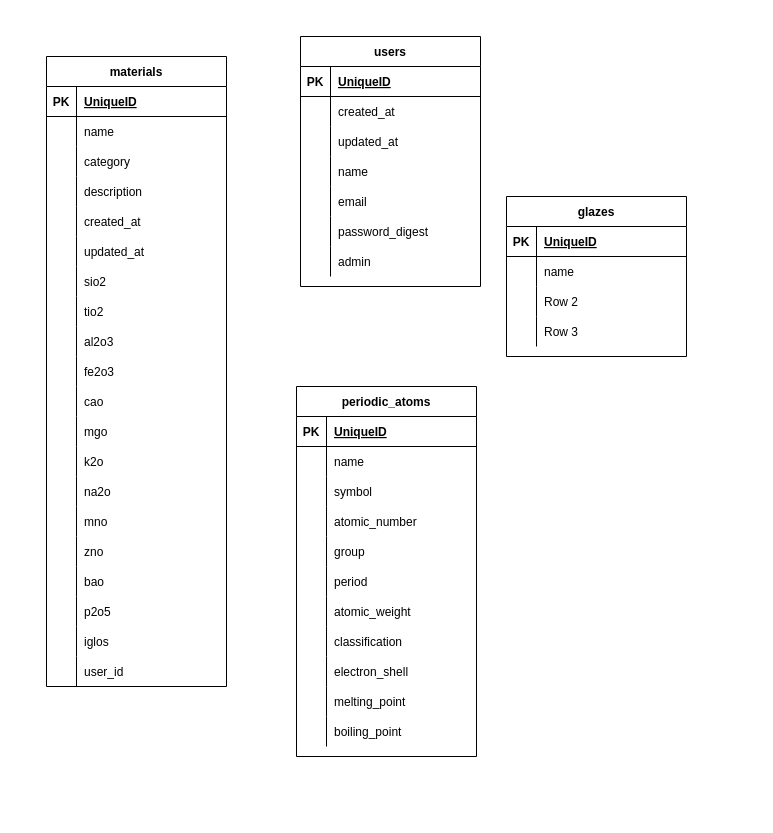
Before: public/ER図.dio in TTinoueTT/glaze_fav, a draw.io diagram. Source tidied: cells renumbered, new cells numbered last; positions are measured from the earlier drawing's top-left corner, leaving out a move shared by most shapes. Both pictures are drawn from the tidied source at 100%, with x=0, y=0 at pixel (46, 36).
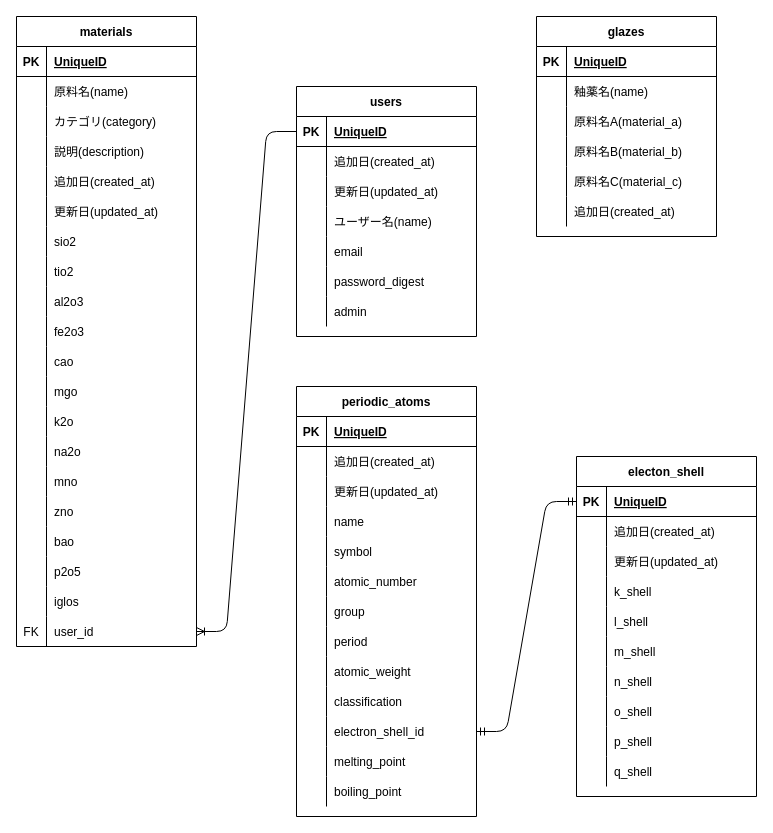
After the change.

Commit message:
add: 関係図を紐付け

Unchanged cells that the change refers to:
```xml
<mxCell id="6" style="shape=partialRectangle;fillColor=none;top=0;left=0;bottom=0;right=0;" parent="2" vertex="1">
  <mxGeometry y="60" width="180" height="30" as="geometry" />
</mxCell>
<mxCell id="9" style="shape=partialRectangle;fillColor=none;top=0;left=0;bottom=0;right=0;" parent="2" vertex="1">
  <mxGeometry y="90" width="180" height="30" as="geometry" />
</mxCell>
<mxCell id="12" style="shape=partialRectangle;fillColor=none;top=0;left=0;bottom=0;right=0;" parent="2" vertex="1">
  <mxGeometry y="120" width="180" height="30" as="geometry" />
</mxCell>
<mxCell id="15" style="shape=partialRectangle;fillColor=none;top=0;left=0;bottom=0;right=0;" parent="2" vertex="1">
  <mxGeometry y="150" width="180" height="30" as="geometry" />
</mxCell>
<mxCell id="18" style="shape=partialRectangle;fillColor=none;top=0;left=0;bottom=0;right=0;" parent="2" vertex="1">
  <mxGeometry y="180" width="180" height="30" as="geometry" />
</mxCell>
<mxCell id="60" style="shape=partialRectangle;fillColor=none;top=0;left=0;bottom=0;right=0;points=[[0,0.5],[1,0.5]];portConstraint=eastwest;" parent="2" vertex="1">
  <mxGeometry y="600" width="180" height="30" as="geometry" />
</mxCell>
<mxCell id="64" style="shape=partialRectangle;fillColor=none;top=0;left=0;bottom=1;right=0;points=[[0,0.5],[1,0.5]];portConstraint=eastwest;" parent="63" vertex="1">
  <mxGeometry y="30" width="180" height="30" as="geometry" />
</mxCell>
<mxCell id="67" style="shape=partialRectangle;fillColor=none;top=0;left=0;bottom=0;right=0;" parent="63" vertex="1">
  <mxGeometry y="60" width="180" height="30" as="geometry" />
</mxCell>
<mxCell id="70" style="shape=partialRectangle;fillColor=none;top=0;left=0;bottom=0;right=0;" parent="63" vertex="1">
  <mxGeometry y="90" width="180" height="30" as="geometry" />
</mxCell>
<mxCell id="73" style="shape=partialRectangle;fillColor=none;top=0;left=0;bottom=0;right=0;" parent="63" vertex="1">
  <mxGeometry y="120" width="180" height="30" as="geometry" />
</mxCell>
<mxCell id="123" style="shape=partialRectangle;fillColor=none;top=0;left=0;bottom=0;right=0;" parent="119" vertex="1">
  <mxGeometry y="60" width="180" height="30" as="geometry" />
</mxCell>
<mxCell id="126" style="shape=partialRectangle;fillColor=none;top=0;left=0;bottom=0;right=0;" parent="119" vertex="1">
  <mxGeometry y="90" width="180" height="30" as="geometry" />
</mxCell>
<mxCell id="129" style="shape=partialRectangle;fillColor=none;top=0;left=0;bottom=0;right=0;" parent="119" vertex="1">
  <mxGeometry y="120" width="180" height="30" as="geometry" />
</mxCell>
```

Change to the diagram source:
```diff
@@
     <mxCell id="2" value="materials" style="shape=table;startSize=30;childLayout=tableLayout;rowLines=0;fontStyle=1;align=center;" parent="1" vertex="1">
-      <mxGeometry y="20" width="180" height="630" as="geometry" />
+      <mxGeometry x="-30" y="-20" width="180" height="630" as="geometry" />
     </mxCell>
@@
-    <mxCell id="8" value="name" style="shape=partialRectangle;fillColor=none;top=0;left=0;bottom=0;right=0;align=left;spacingLeft=6;overflow=hidden;" parent="6" vertex="1">
+    <mxCell id="8" value="原料名(name)" style="shape=partialRectangle;fillColor=none;top=0;left=0;bottom=0;right=0;align=left;spacingLeft=6;overflow=hidden;" parent="6" vertex="1">
       <mxGeometry x="30" width="150" height="30" as="geometry" />
     </mxCell>
@@
-    <mxCell id="11" value="category" style="shape=partialRectangle;fillColor=none;top=0;left=0;bottom=0;right=0;align=left;spacingLeft=6;overflow=hidden;" parent="9" vertex="1">
+    <mxCell id="11" value="カテゴリ(category)" style="shape=partialRectangle;fillColor=none;top=0;left=0;bottom=0;right=0;align=left;spacingLeft=6;overflow=hidden;" parent="9" vertex="1">
       <mxGeometry x="30" width="150" height="30" as="geometry" />
     </mxCell>
@@
-    <mxCell id="14" value="description" style="shape=partialRectangle;fillColor=none;top=0;left=0;bottom=0;right=0;align=left;spacingLeft=6;overflow=hidden;" parent="12" vertex="1">
+    <mxCell id="14" value="説明(description)" style="shape=partialRectangle;fillColor=none;top=0;left=0;bottom=0;right=0;align=left;spacingLeft=6;overflow=hidden;" parent="12" vertex="1">
       <mxGeometry x="30" width="150" height="30" as="geometry" />
     </mxCell>
@@
-    <mxCell id="17" value="created_at" style="shape=partialRectangle;fillColor=none;top=0;left=0;bottom=0;right=0;align=left;spacingLeft=6;overflow=hidden;" parent="15" vertex="1">
+    <mxCell id="17" value="追加日(created_at)" style="shape=partialRectangle;fillColor=none;top=0;left=0;bottom=0;right=0;align=left;spacingLeft=6;overflow=hidden;" parent="15" vertex="1">
       <mxGeometry x="30" width="150" height="30" as="geometry" />
     </mxCell>
@@
-    <mxCell id="20" value="updated_at" style="shape=partialRectangle;fillColor=none;top=0;left=0;bottom=0;right=0;align=left;spacingLeft=6;overflow=hidden;" parent="18" vertex="1">
+    <mxCell id="20" value="更新日(updated_at)" style="shape=partialRectangle;fillColor=none;top=0;left=0;bottom=0;right=0;align=left;spacingLeft=6;overflow=hidden;" parent="18" vertex="1">
       <mxGeometry x="30" width="150" height="30" as="geometry" />
     </mxCell>
@@
-    <mxCell id="61" style="shape=partialRectangle;fillColor=none;top=0;left=0;bottom=0;right=0;overflow=hidden;" parent="60" vertex="1">
+    <mxCell id="61" value="FK" style="shape=partialRectangle;fillColor=none;top=0;left=0;bottom=0;right=0;overflow=hidden;" parent="60" vertex="1">
       <mxGeometry width="30" height="30" as="geometry" />
     </mxCell>
@@
     <mxCell id="63" value="users" style="shape=table;startSize=30;childLayout=tableLayout;rowLines=0;fontStyle=1;align=center;" parent="1" vertex="1">
-      <mxGeometry x="254" width="180" height="250" as="geometry" />
+      <mxGeometry x="250" y="50" width="180" height="250" as="geometry" />
     </mxCell>
@@
-    <mxCell id="69" value="created_at" style="shape=partialRectangle;fillColor=none;top=0;left=0;bottom=0;right=0;align=left;spacingLeft=6;overflow=hidden;" parent="67" vertex="1">
+    <mxCell id="69" value="追加日(created_at)" style="shape=partialRectangle;fillColor=none;top=0;left=0;bottom=0;right=0;align=left;spacingLeft=6;overflow=hidden;" parent="67" vertex="1">
       <mxGeometry x="30" width="150" height="30" as="geometry" />
     </mxCell>
@@
-    <mxCell id="72" value="updated_at" style="shape=partialRectangle;fillColor=none;top=0;left=0;bottom=0;right=0;align=left;spacingLeft=6;overflow=hidden;" parent="70" vertex="1">
+    <mxCell id="72" value="更新日(updated_at)" style="shape=partialRectangle;fillColor=none;top=0;left=0;bottom=0;right=0;align=left;spacingLeft=6;overflow=hidden;" parent="70" vertex="1">
       <mxGeometry x="30" width="150" height="30" as="geometry" />
     </mxCell>
@@
-    <mxCell id="75" value="name" style="shape=partialRectangle;fillColor=none;top=0;left=0;bottom=0;right=0;align=left;spacingLeft=6;overflow=hidden;" parent="73" vertex="1">
+    <mxCell id="75" value="ユーザー名(name)" style="shape=partialRectangle;fillColor=none;top=0;left=0;bottom=0;right=0;align=left;spacingLeft=6;overflow=hidden;" parent="73" vertex="1">
       <mxGeometry x="30" width="150" height="30" as="geometry" />
     </mxCell>
@@
     <mxCell id="85" value="periodic_atoms" style="shape=table;startSize=30;childLayout=tableLayout;rowLines=0;fontStyle=1;align=center;" parent="1" vertex="1">
-      <mxGeometry x="250" y="350" width="180" height="370" as="geometry" />
+      <mxGeometry x="250" y="350" width="180" height="430" as="geometry" />
     </mxCell>
@@
+    <mxCell id="132" style="shape=partialRectangle;fillColor=none;top=0;left=0;bottom=0;right=0;" parent="85" vertex="1">
+      <mxGeometry y="60" width="180" height="30" as="geometry" />
+    </mxCell>
+    <mxCell id="133" style="shape=partialRectangle;fillColor=none;top=0;left=0;bottom=0;right=0;overflow=hidden;" parent="132" vertex="1">
+      <mxGeometry width="30" height="30" as="geometry" />
+    </mxCell>
+    <mxCell id="134" value="追加日(created_at)" style="shape=partialRectangle;fillColor=none;top=0;left=0;bottom=0;right=0;align=left;spacingLeft=6;overflow=hidden;" parent="132" vertex="1">
+      <mxGeometry x="30" width="150" height="30" as="geometry" />
+    </mxCell>
+    <mxCell id="135" style="shape=partialRectangle;fillColor=none;top=0;left=0;bottom=0;right=0;" parent="85" vertex="1">
+      <mxGeometry y="90" width="180" height="30" as="geometry" />
+    </mxCell>
+    <mxCell id="136" style="shape=partialRectangle;fillColor=none;top=0;left=0;bottom=0;right=0;overflow=hidden;" parent="135" vertex="1">
+      <mxGeometry width="30" height="30" as="geometry" />
+    </mxCell>
+    <mxCell id="137" value="更新日(updated_at)" style="shape=partialRectangle;fillColor=none;top=0;left=0;bottom=0;right=0;align=left;spacingLeft=6;overflow=hidden;" parent="135" vertex="1">
+      <mxGeometry x="30" width="150" height="30" as="geometry" />
+    </mxCell>
     <mxCell id="89" style="shape=partialRectangle;fillColor=none;top=0;left=0;bottom=0;right=0;" parent="85" vertex="1">
-      <mxGeometry y="60" width="180" height="30" as="geometry" />
+      <mxGeometry y="120" width="180" height="30" as="geometry" />
     </mxCell>
@@
     <mxCell id="92" style="shape=partialRectangle;fillColor=none;top=0;left=0;bottom=0;right=0;" parent="85" vertex="1">
-      <mxGeometry y="90" width="180" height="30" as="geometry" />
+      <mxGeometry y="150" width="180" height="30" as="geometry" />
     </mxCell>
@@
     <mxCell id="95" style="shape=partialRectangle;fillColor=none;top=0;left=0;bottom=0;right=0;" parent="85" vertex="1">
-      <mxGeometry y="120" width="180" height="30" as="geometry" />
+      <mxGeometry y="180" width="180" height="30" as="geometry" />
     </mxCell>
@@
     <mxCell id="98" style="shape=partialRectangle;fillColor=none;top=0;left=0;bottom=0;right=0;" parent="85" vertex="1">
-      <mxGeometry y="150" width="180" height="30" as="geometry" />
+      <mxGeometry y="210" width="180" height="30" as="geometry" />
     </mxCell>
@@
     <mxCell id="101" style="shape=partialRectangle;fillColor=none;top=0;left=0;bottom=0;right=0;" parent="85" vertex="1">
-      <mxGeometry y="180" width="180" height="30" as="geometry" />
+      <mxGeometry y="240" width="180" height="30" as="geometry" />
     </mxCell>
@@
     <mxCell id="104" style="shape=partialRectangle;fillColor=none;top=0;left=0;bottom=0;right=0;" parent="85" vertex="1">
-      <mxGeometry y="210" width="180" height="30" as="geometry" />
+      <mxGeometry y="270" width="180" height="30" as="geometry" />
     </mxCell>
@@
     <mxCell id="107" style="shape=partialRectangle;fillColor=none;top=0;left=0;bottom=0;right=0;" parent="85" vertex="1">
-      <mxGeometry y="240" width="180" height="30" as="geometry" />
+      <mxGeometry y="300" width="180" height="30" as="geometry" />
     </mxCell>
@@
     <mxCell id="110" style="shape=partialRectangle;fillColor=none;top=0;left=0;bottom=0;right=0;points=[[0,0.5],[1,0.5]];portConstraint=eastwest;" parent="85" vertex="1">
-      <mxGeometry y="270" width="180" height="30" as="geometry" />
+      <mxGeometry y="330" width="180" height="30" as="geometry" />
     </mxCell>
@@
-    <mxCell id="112" value="electron_shell" style="shape=partialRectangle;fillColor=none;top=0;left=0;bottom=0;right=0;align=left;spacingLeft=6;overflow=hidden;" parent="110" vertex="1">
+    <mxCell id="112" value="electron_shell_id" style="shape=partialRectangle;fillColor=none;top=0;left=0;bottom=0;right=0;align=left;spacingLeft=6;overflow=hidden;" parent="110" vertex="1">
       <mxGeometry x="30" width="150" height="30" as="geometry" />
     </mxCell>
     <mxCell id="113" style="shape=partialRectangle;fillColor=none;top=0;left=0;bottom=0;right=0;" parent="85" vertex="1">
-      <mxGeometry y="300" width="180" height="30" as="geometry" />
+      <mxGeometry y="360" width="180" height="30" as="geometry" />
     </mxCell>
@@
     <mxCell id="116" style="shape=partialRectangle;fillColor=none;top=0;left=0;bottom=0;right=0;" parent="85" vertex="1">
-      <mxGeometry y="330" width="180" height="30" as="geometry" />
+      <mxGeometry y="390" width="180" height="30" as="geometry" />
     </mxCell>
@@
     <mxCell id="119" value="glazes" style="shape=table;startSize=30;childLayout=tableLayout;rowLines=0;fontStyle=1;align=center;" parent="1" vertex="1">
-      <mxGeometry x="460" y="160" width="180" height="160" as="geometry" />
+      <mxGeometry x="490" y="-20" width="180" height="220" as="geometry" />
     </mxCell>
@@
-    <mxCell id="125" value="name" style="shape=partialRectangle;fillColor=none;top=0;left=0;bottom=0;right=0;align=left;spacingLeft=6;overflow=hidden;" parent="123" vertex="1">
+    <mxCell id="125" value="釉薬名(name)" style="shape=partialRectangle;fillColor=none;top=0;left=0;bottom=0;right=0;align=left;spacingLeft=6;overflow=hidden;" parent="123" vertex="1">
       <mxGeometry x="30" width="150" height="30" as="geometry" />
     </mxCell>
@@
-    <mxCell id="128" value="Row 2" style="shape=partialRectangle;fillColor=none;top=0;left=0;bottom=0;right=0;align=left;spacingLeft=6;overflow=hidden;" parent="126" vertex="1">
+    <mxCell id="128" value="原料名A(material_a)" style="shape=partialRectangle;fillColor=none;top=0;left=0;bottom=0;right=0;align=left;spacingLeft=6;overflow=hidden;" parent="126" vertex="1">
       <mxGeometry x="30" width="150" height="30" as="geometry" />
     </mxCell>
@@
-    <mxCell id="131" value="Row 3" style="shape=partialRectangle;fillColor=none;top=0;left=0;bottom=0;right=0;align=left;spacingLeft=6;overflow=hidden;" parent="129" vertex="1">
+    <mxCell id="131" value="原料名B(material_b)" style="shape=partialRectangle;fillColor=none;top=0;left=0;bottom=0;right=0;align=left;spacingLeft=6;overflow=hidden;" parent="129" vertex="1">
       <mxGeometry x="30" width="150" height="30" as="geometry" />
     </mxCell>
+    <mxCell id="138" style="shape=partialRectangle;fillColor=none;top=0;left=0;bottom=0;right=0;" parent="119" vertex="1">
+      <mxGeometry y="150" width="180" height="30" as="geometry" />
+    </mxCell>
+    <mxCell id="139" style="shape=partialRectangle;fillColor=none;top=0;left=0;bottom=0;right=0;overflow=hidden;" parent="138" vertex="1">
+      <mxGeometry width="30" height="30" as="geometry" />
+    </mxCell>
+    <mxCell id="140" value="原料名C(material_c)" style="shape=partialRectangle;fillColor=none;top=0;left=0;bottom=0;right=0;align=left;spacingLeft=6;overflow=hidden;" parent="138" vertex="1">
+      <mxGeometry x="30" width="150" height="30" as="geometry" />
+    </mxCell>
+    <mxCell id="141" style="shape=partialRectangle;fillColor=none;top=0;left=0;bottom=0;right=0;" parent="119" vertex="1">
+      <mxGeometry y="180" width="180" height="30" as="geometry" />
+    </mxCell>
+    <mxCell id="142" style="shape=partialRectangle;fillColor=none;top=0;left=0;bottom=0;right=0;overflow=hidden;" parent="141" vertex="1">
+      <mxGeometry width="30" height="30" as="geometry" />
+    </mxCell>
+    <mxCell id="143" value="追加日(created_at)" style="shape=partialRectangle;fillColor=none;top=0;left=0;bottom=0;right=0;align=left;spacingLeft=6;overflow=hidden;" parent="141" vertex="1">
+      <mxGeometry x="30" width="150" height="30" as="geometry" />
+    </mxCell>
+    <mxCell id="144" style="edgeStyle=entityRelationEdgeStyle;fontSize=12;html=1;endArrow=ERoneToMany;entryX=1;entryY=0.5;entryDx=0;entryDy=0;exitX=0;exitY=0.5;exitDx=0;exitDy=0;" parent="1" edge="1" source="64" target="60">
+      <mxGeometry relative="1" as="geometry" />
+    </mxCell>
+    <mxCell id="145" value="electon_shell" style="shape=table;startSize=30;childLayout=tableLayout;rowLines=0;fontStyle=1;align=center;" parent="1" vertex="1">
+      <mxGeometry x="530" y="420" width="180" height="340" as="geometry" />
+    </mxCell>
+    <mxCell id="146" style="shape=partialRectangle;fillColor=none;top=0;left=0;bottom=1;right=0;points=[[0,0.5],[1,0.5]];portConstraint=eastwest;" parent="145" vertex="1">
+      <mxGeometry y="30" width="180" height="30" as="geometry" />
+    </mxCell>
+    <mxCell id="147" value="PK" style="shape=partialRectangle;fillColor=none;top=0;left=0;bottom=0;right=0;fontStyle=1;overflow=hidden;" parent="146" vertex="1">
+      <mxGeometry width="30" height="30" as="geometry" />
+    </mxCell>
+    <mxCell id="148" value="UniqueID" style="shape=partialRectangle;fillColor=none;top=0;left=0;bottom=0;right=0;align=left;spacingLeft=6;fontStyle=5;overflow=hidden;" parent="146" vertex="1">
+      <mxGeometry x="30" width="150" height="30" as="geometry" />
+    </mxCell>
+    <mxCell id="149" style="shape=partialRectangle;fillColor=none;top=0;left=0;bottom=0;right=0;" parent="145" vertex="1">
+      <mxGeometry y="60" width="180" height="30" as="geometry" />
+    </mxCell>
+    <mxCell id="150" style="shape=partialRectangle;fillColor=none;top=0;left=0;bottom=0;right=0;overflow=hidden;" parent="149" vertex="1">
+      <mxGeometry width="30" height="30" as="geometry" />
+    </mxCell>
+    <mxCell id="151" value="追加日(created_at)" style="shape=partialRectangle;fillColor=none;top=0;left=0;bottom=0;right=0;align=left;spacingLeft=6;overflow=hidden;" parent="149" vertex="1">
+      <mxGeometry x="30" width="150" height="30" as="geometry" />
+    </mxCell>
+    <mxCell id="152" style="shape=partialRectangle;fillColor=none;top=0;left=0;bottom=0;right=0;" parent="145" vertex="1">
+      <mxGeometry y="90" width="180" height="30" as="geometry" />
+    </mxCell>
+    <mxCell id="153" style="shape=partialRectangle;fillColor=none;top=0;left=0;bottom=0;right=0;overflow=hidden;" parent="152" vertex="1">
+      <mxGeometry width="30" height="30" as="geometry" />
+    </mxCell>
+    <mxCell id="154" value="更新日(updated_at)" style="shape=partialRectangle;fillColor=none;top=0;left=0;bottom=0;right=0;align=left;spacingLeft=6;overflow=hidden;" parent="152" vertex="1">
+      <mxGeometry x="30" width="150" height="30" as="geometry" />
+    </mxCell>
+    <mxCell id="155" style="shape=partialRectangle;fillColor=none;top=0;left=0;bottom=0;right=0;" parent="145" vertex="1">
+      <mxGeometry y="120" width="180" height="30" as="geometry" />
+    </mxCell>
+    <mxCell id="156" style="shape=partialRectangle;fillColor=none;top=0;left=0;bottom=0;right=0;overflow=hidden;" parent="155" vertex="1">
+      <mxGeometry width="30" height="30" as="geometry" />
+    </mxCell>
+    <mxCell id="157" value="k_shell" style="shape=partialRectangle;fillColor=none;top=0;left=0;bottom=0;right=0;align=left;spacingLeft=6;overflow=hidden;" parent="155" vertex="1">
+      <mxGeometry x="30" width="150" height="30" as="geometry" />
+    </mxCell>
+    <mxCell id="158" style="shape=partialRectangle;fillColor=none;top=0;left=0;bottom=0;right=0;" parent="145" vertex="1">
+      <mxGeometry y="150" width="180" height="30" as="geometry" />
+    </mxCell>
+    <mxCell id="159" style="shape=partialRectangle;fillColor=none;top=0;left=0;bottom=0;right=0;overflow=hidden;" parent="158" vertex="1">
+      <mxGeometry width="30" height="30" as="geometry" />
+    </mxCell>
+    <mxCell id="160" value="l_shell" style="shape=partialRectangle;fillColor=none;top=0;left=0;bottom=0;right=0;align=left;spacingLeft=6;overflow=hidden;" parent="158" vertex="1">
+      <mxGeometry x="30" width="150" height="30" as="geometry" />
+    </mxCell>
+    <mxCell id="161" style="shape=partialRectangle;fillColor=none;top=0;left=0;bottom=0;right=0;" parent="145" vertex="1">
+      <mxGeometry y="180" width="180" height="30" as="geometry" />
+    </mxCell>
+    <mxCell id="162" style="shape=partialRectangle;fillColor=none;top=0;left=0;bottom=0;right=0;overflow=hidden;" parent="161" vertex="1">
+      <mxGeometry width="30" height="30" as="geometry" />
+    </mxCell>
+    <mxCell id="163" value="m_shell" style="shape=partialRectangle;fillColor=none;top=0;left=0;bottom=0;right=0;align=left;spacingLeft=6;overflow=hidden;" parent="161" vertex="1">
+      <mxGeometry x="30" width="150" height="30" as="geometry" />
+    </mxCell>
+    <mxCell id="164" style="shape=partialRectangle;fillColor=none;top=0;left=0;bottom=0;right=0;" parent="145" vertex="1">
+      <mxGeometry y="210" width="180" height="30" as="geometry" />
+    </mxCell>
+    <mxCell id="165" style="shape=partialRectangle;fillColor=none;top=0;left=0;bottom=0;right=0;overflow=hidden;" parent="164" vertex="1">
+      <mxGeometry width="30" height="30" as="geometry" />
+    </mxCell>
+    <mxCell id="166" value="n_shell" style="shape=partialRectangle;fillColor=none;top=0;left=0;bottom=0;right=0;align=left;spacingLeft=6;overflow=hidden;" parent="164" vertex="1">
+      <mxGeometry x="30" width="150" height="30" as="geometry" />
+    </mxCell>
+    <mxCell id="167" style="shape=partialRectangle;fillColor=none;top=0;left=0;bottom=0;right=0;" parent="145" vertex="1">
+      <mxGeometry y="240" width="180" height="30" as="geometry" />
+    </mxCell>
+    <mxCell id="168" style="shape=partialRectangle;fillColor=none;top=0;left=0;bottom=0;right=0;overflow=hidden;" parent="167" vertex="1">
+      <mxGeometry width="30" height="30" as="geometry" />
+    </mxCell>
+    <mxCell id="169" value="o_shell" style="shape=partialRectangle;fillColor=none;top=0;left=0;bottom=0;right=0;align=left;spacingLeft=6;overflow=hidden;" parent="167" vertex="1">
+      <mxGeometry x="30" width="150" height="30" as="geometry" />
+    </mxCell>
+    <mxCell id="170" style="shape=partialRectangle;fillColor=none;top=0;left=0;bottom=0;right=0;" parent="145" vertex="1">
+      <mxGeometry y="270" width="180" height="30" as="geometry" />
+    </mxCell>
+    <mxCell id="171" style="shape=partialRectangle;fillColor=none;top=0;left=0;bottom=0;right=0;overflow=hidden;" parent="170" vertex="1">
+      <mxGeometry width="30" height="30" as="geometry" />
+    </mxCell>
+    <mxCell id="172" value="p_shell" style="shape=partialRectangle;fillColor=none;top=0;left=0;bottom=0;right=0;align=left;spacingLeft=6;overflow=hidden;" parent="170" vertex="1">
+      <mxGeometry x="30" width="150" height="30" as="geometry" />
+    </mxCell>
+    <mxCell id="173" style="shape=partialRectangle;fillColor=none;top=0;left=0;bottom=0;right=0;" parent="145" vertex="1">
+      <mxGeometry y="300" width="180" height="30" as="geometry" />
+    </mxCell>
+    <mxCell id="174" style="shape=partialRectangle;fillColor=none;top=0;left=0;bottom=0;right=0;overflow=hidden;" parent="173" vertex="1">
+      <mxGeometry width="30" height="30" as="geometry" />
+    </mxCell>
+    <mxCell id="175" value="q_shell" style="shape=partialRectangle;fillColor=none;top=0;left=0;bottom=0;right=0;align=left;spacingLeft=6;overflow=hidden;" parent="173" vertex="1">
+      <mxGeometry x="30" width="150" height="30" as="geometry" />
+    </mxCell>
+    <mxCell id="176" style="edgeStyle=entityRelationEdgeStyle;fontSize=12;html=1;endArrow=ERmandOne;startArrow=ERmandOne;exitX=1;exitY=0.5;exitDx=0;exitDy=0;entryX=0;entryY=0.5;entryDx=0;entryDy=0;" parent="1" edge="1" source="110" target="146">
+      <mxGeometry relative="1" as="geometry" />
+    </mxCell>
```
